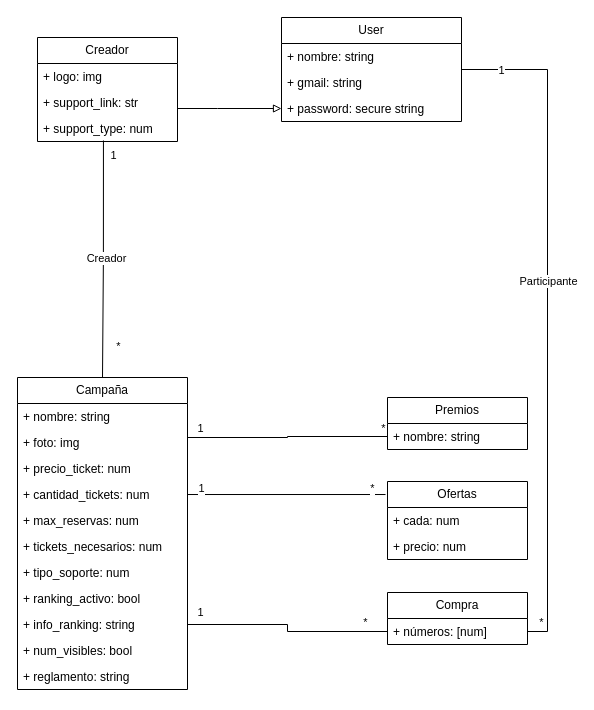
Earlier version of the draw.io diagram BackEnd.drawio (david-fm/rifa). Source tidied: cells renumbered, new cells numbered last; positions are measured from the earlier drawing's top-left corner, leaving out a move shared by most shapes. Both pictures are drawn from the tidied source at 100%, with x=0, y=0 at pixel (17, 17).
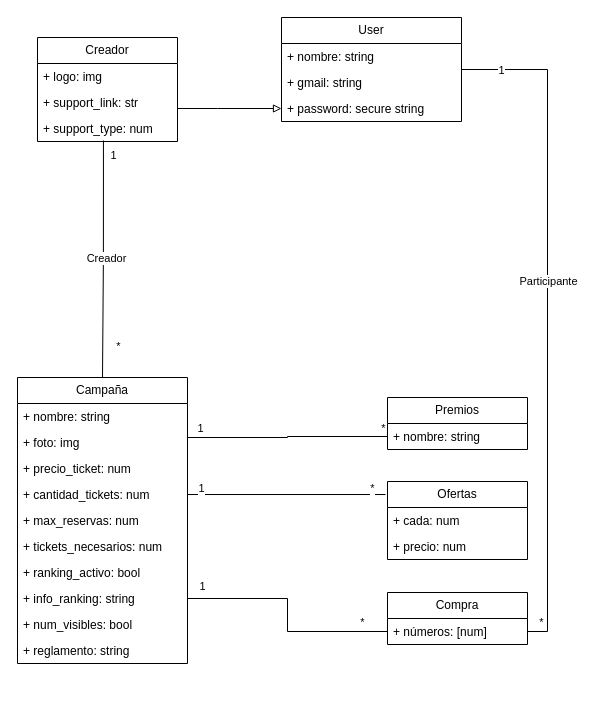
Above is the later version.

What changed in the source:
```diff
@@
     <mxCell id="10" value="Campaña" style="swimlane;fontStyle=0;horizontal=1;startSize=26;fillColor=none;whiteSpace=wrap;html=1;" parent="1" vertex="1">
-      <mxGeometry y="360" width="170" height="312" as="geometry" />
+      <mxGeometry y="360" width="170" height="286" as="geometry" />
     </mxCell>
@@
-    <mxCell id="17" value="+ tipo_soporte: num" style="text;strokeColor=none;fillColor=none;align=left;verticalAlign=top;spacingLeft=4;spacingRight=4;overflow=hidden;whiteSpace=wrap;html=1;" parent="10" vertex="1">
-      <mxGeometry y="182" width="170" height="26" as="geometry" />
-    </mxCell>
     <mxCell id="18" value="+ ranking_activo: bool" style="text;strokeColor=none;fillColor=none;align=left;verticalAlign=top;spacingLeft=4;spacingRight=4;overflow=hidden;whiteSpace=wrap;html=1;" parent="10" vertex="1">
-      <mxGeometry y="208" width="170" height="26" as="geometry" />
+      <mxGeometry y="182" width="170" height="26" as="geometry" />
     </mxCell>
     <mxCell id="19" value="+ info_ranking: string" style="text;strokeColor=none;fillColor=none;align=left;verticalAlign=top;spacingLeft=4;spacingRight=4;overflow=hidden;points=[[0,0.5],[1,0.5]];portConstraint=eastwest;whiteSpace=wrap;html=1;" parent="10" vertex="1">
-      <mxGeometry y="234" width="170" height="26" as="geometry" />
+      <mxGeometry y="208" width="170" height="26" as="geometry" />
     </mxCell>
     <mxCell id="20" value="+ num_visibles: bool" style="text;strokeColor=none;fillColor=none;align=left;verticalAlign=top;spacingLeft=4;spacingRight=4;overflow=hidden;whiteSpace=wrap;html=1;" parent="10" vertex="1">
-      <mxGeometry y="260" width="170" height="26" as="geometry" />
+      <mxGeometry y="234" width="170" height="26" as="geometry" />
     </mxCell>
     <mxCell id="21" value="+ reglamento: string" style="text;strokeColor=none;fillColor=none;align=left;verticalAlign=top;spacingLeft=4;spacingRight=4;overflow=hidden;whiteSpace=wrap;html=1;" parent="10" vertex="1">
-      <mxGeometry y="286" width="170" height="26" as="geometry" />
+      <mxGeometry y="260" width="170" height="26" as="geometry" />
     </mxCell>
```
